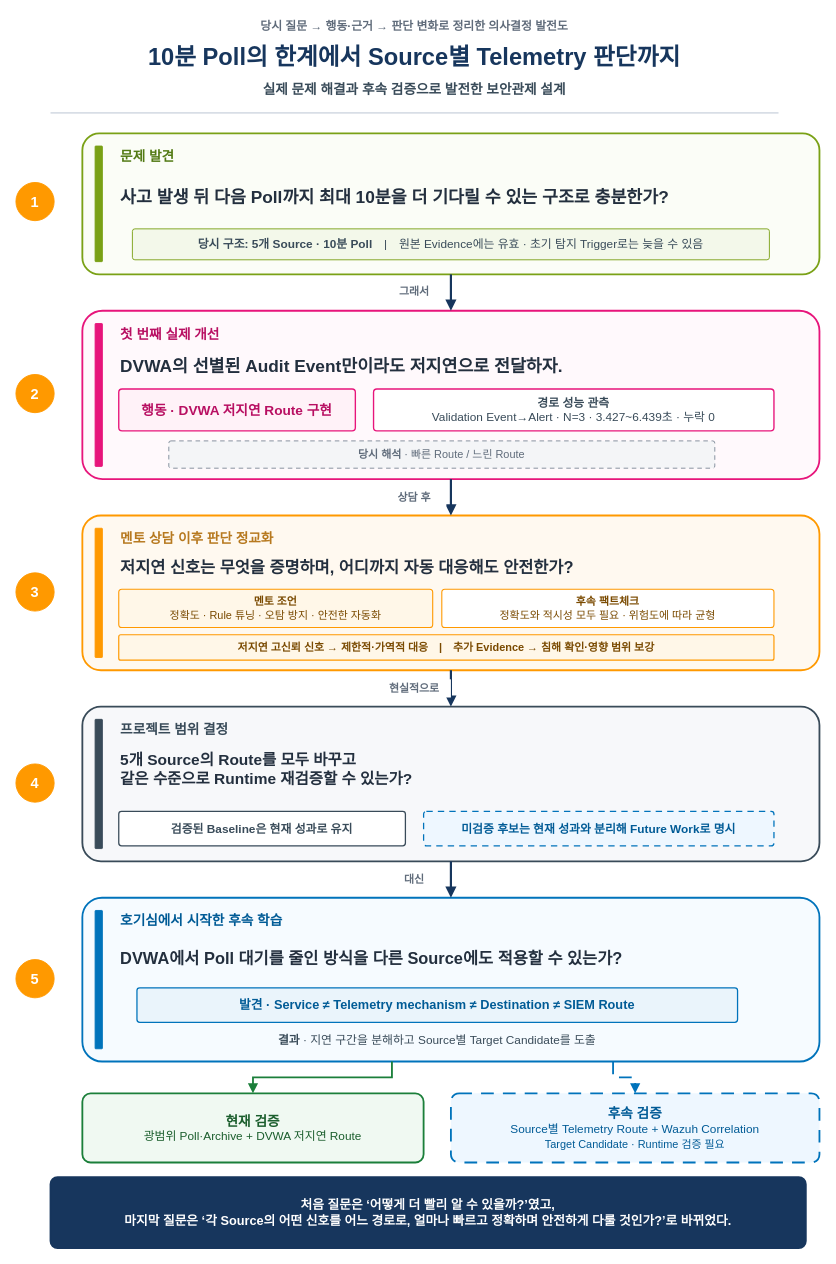
This is 20_팀 프로젝트/3차 프로젝트/보고서/7.0 10분을 줄이려다 관제를 다시 보게 되었다.drawio from Unoh03/Obsi3, a draw.io file, before an edit. Source tidied: cells renumbered, new cells numbered last; positions are measured from the earlier drawing's top-left corner, leaving out a move shared by most shapes. Both pictures are drawn from the tidied source at 91%, with x=0, y=0 at pixel (15, 15).
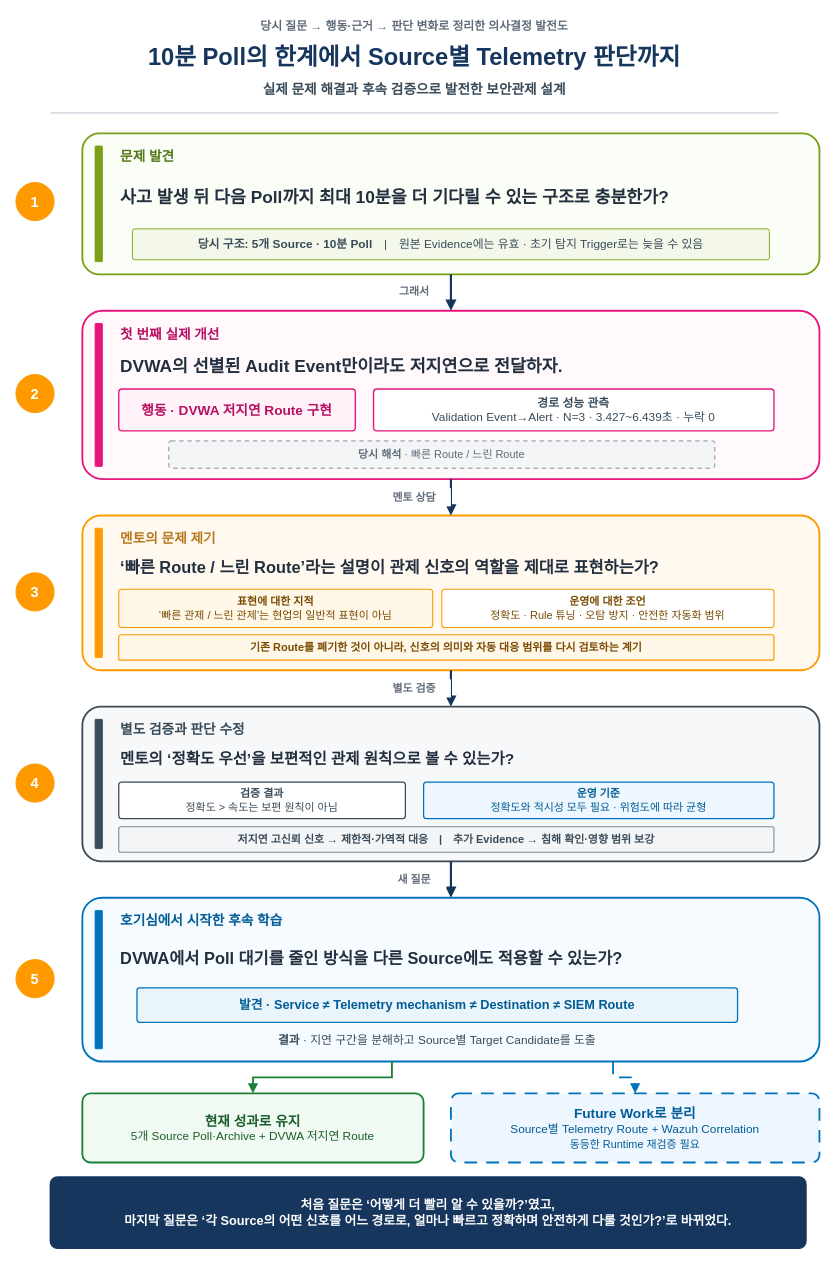
The same page after the edit.

Commit message:
Auto: 2026. 08. 26. 18:19:15 M 20_팀 프로젝트/3차 프로젝트/보고서/7.0 10분을 줄이려다 관제를 다시 보게 되었다.drawio

The edit, as a diff of the source:
```diff
@@
-    <mxCell id="23" value="멘토 상담 이후 판단 정교화" style="html=1;whiteSpace=wrap;strokeColor=none;fillColor=none;align=left;verticalAlign=middle;fontColor=#B7791F;fontSize=15;fontStyle=1;" parent="1" vertex="1">
+    <mxCell id="23" value="멘토의 문제 제기" style="html=1;whiteSpace=wrap;strokeColor=none;fillColor=none;align=left;verticalAlign=middle;fontColor=#B7791F;fontSize=15;fontStyle=1;" parent="1" vertex="1">
       <mxGeometry x="113" y="562" width="300" height="24" as="geometry" />
     </mxCell>
-    <mxCell id="24" value="저지연 신호는 무엇을 증명하며, 어디까지 자동 대응해도 안전한가?" style="html=1;whiteSpace=wrap;strokeColor=none;fillColor=none;align=left;verticalAlign=middle;fontColor=#232F3E;fontSize=18;fontStyle=1;" parent="1" vertex="1">
+    <mxCell id="24" value="‘빠른 Route / 느린 Route’라는 설명이 관제 신호의 역할을 제대로 표현하는가?" style="html=1;whiteSpace=wrap;strokeColor=none;fillColor=none;align=left;verticalAlign=middle;fontColor=#232F3E;fontSize=18;fontStyle=1;" parent="1" vertex="1">
       <mxGeometry x="113" y="588" width="720" height="38" as="geometry" />
     </mxCell>
-    <mxCell id="25" value="&lt;b&gt;멘토 조언&lt;/b&gt;&lt;br&gt;정확도 · Rule 튜닝 · 오탐 방지 · 안전한 자동화" style="rounded=1;arcSize=8;whiteSpace=wrap;html=1;fillColor=#FFF7E8;strokeColor=#FF9900;strokeWidth=1.2;fontColor=#7A4A00;fontSize=12;align=center;verticalAlign=middle;" parent="1" vertex="1">
+    <mxCell id="25" value="&lt;b&gt;표현에 대한 지적&lt;/b&gt;&lt;br&gt;‘빠른 관제 / 느린 관제’는 현업의 일반적 표현이 아님" style="rounded=1;arcSize=8;whiteSpace=wrap;html=1;fillColor=#FFF7E8;strokeColor=#FF9900;strokeWidth=1.2;fontColor=#7A4A00;fontSize=12;align=center;verticalAlign=middle;" parent="1" vertex="1">
       <mxGeometry x="113" y="630" width="345" height="42" as="geometry" />
     </mxCell>
-    <mxCell id="26" value="&lt;b&gt;후속 팩트체크&lt;/b&gt;&lt;br&gt;정확도와 적시성 모두 필요 · 위험도에 따라 균형" style="rounded=1;arcSize=8;whiteSpace=wrap;html=1;fillColor=#FFFFFF;strokeColor=#FF9900;strokeWidth=1.2;fontColor=#7A4A00;fontSize=12;align=center;verticalAlign=middle;" parent="1" vertex="1">
+    <mxCell id="26" value="&lt;b&gt;운영에 대한 조언&lt;/b&gt;&lt;br&gt;정확도 · Rule 튜닝 · 오탐 방지 · 안전한 자동화 범위" style="rounded=1;arcSize=8;whiteSpace=wrap;html=1;fillColor=#FFFFFF;strokeColor=#FF9900;strokeWidth=1.2;fontColor=#7A4A00;fontSize=12;align=center;verticalAlign=middle;" parent="1" vertex="1">
       <mxGeometry x="468" y="630" width="365" height="42" as="geometry" />
     </mxCell>
-    <mxCell id="27" value="저지연 고신뢰 신호 → 제한적·가역적 대응　|　추가 Evidence → 침해 확인·영향 범위 보강" style="rounded=1;arcSize=8;whiteSpace=wrap;html=1;fillColor=#FFF7E8;strokeColor=#FF9900;strokeWidth=1.3;fontColor=#7A4A00;fontSize=12;fontStyle=1;align=center;verticalAlign=middle;" parent="1" vertex="1">
+    <mxCell id="27" value="기존 Route를 폐기한 것이 아니라, 신호의 의미와 자동 대응 범위를 다시 검토하는 계기" style="rounded=1;arcSize=8;whiteSpace=wrap;html=1;fillColor=#FFF7E8;strokeColor=#FF9900;strokeWidth=1.3;fontColor=#7A4A00;fontSize=12;fontStyle=1;align=center;verticalAlign=middle;" parent="1" vertex="1">
       <mxGeometry x="113" y="680" width="720" height="28" as="geometry" />
     </mxCell>
@@
-    <mxCell id="31" value="프로젝트 범위 결정" style="html=1;whiteSpace=wrap;strokeColor=none;fillColor=none;align=left;verticalAlign=middle;fontColor=#394B59;fontSize=15;fontStyle=1;" parent="1" vertex="1">
+    <mxCell id="31" value="별도 검증과 판단 수정" style="html=1;whiteSpace=wrap;strokeColor=none;fillColor=none;align=left;verticalAlign=middle;fontColor=#394B59;fontSize=15;fontStyle=1;" parent="1" vertex="1">
       <mxGeometry x="113" y="772" width="180" height="24" as="geometry" />
     </mxCell>
-    <mxCell id="32" value="5개 Source의 Route를 모두 바꾸고&lt;br&gt;같은 수준으로 Runtime 재검증할 수 있는가?" style="html=1;whiteSpace=wrap;strokeColor=none;fillColor=none;align=left;verticalAlign=middle;fontColor=#232F3E;fontSize=17;fontStyle=1;spacing=2;" parent="1" vertex="1">
-      <mxGeometry x="113" y="799" width="720" height="60" as="geometry" />
+    <mxCell id="32" value="멘토의 ‘정확도 우선’을 보편적인 관제 원칙으로 볼 수 있는가?" style="html=1;whiteSpace=wrap;strokeColor=none;fillColor=none;align=left;verticalAlign=middle;fontColor=#232F3E;fontSize=17;fontStyle=1;spacing=2;" parent="1" vertex="1">
+      <mxGeometry x="113" y="799" width="720" height="38" as="geometry" />
     </mxCell>
-    <mxCell id="33" value="검증된 Baseline은 현재 성과로 유지" style="rounded=1;arcSize=8;whiteSpace=wrap;html=1;fillColor=#FFFFFF;strokeColor=#394B59;strokeWidth=1.4;fontColor=#394B59;fontSize=13;fontStyle=1;align=center;verticalAlign=middle;" parent="1" vertex="1">
-      <mxGeometry x="113" y="874" width="315" height="38" as="geometry" />
+    <mxCell id="33" value="&lt;b&gt;검증 결과&lt;/b&gt;&lt;br&gt;정확도 &gt; 속도는 보편 원칙이 아님" style="rounded=1;arcSize=8;whiteSpace=wrap;html=1;fillColor=#FFFFFF;strokeColor=#394B59;strokeWidth=1.4;fontColor=#394B59;fontSize=12;align=center;verticalAlign=middle;" parent="1" vertex="1">
+      <mxGeometry x="113" y="842" width="315" height="40" as="geometry" />
     </mxCell>
-    <mxCell id="34" value="미검증 후보는 현재 성과와 분리해 Future Work로 명시" style="rounded=1;arcSize=8;whiteSpace=wrap;html=1;fillColor=#EEF7FF;strokeColor=#0073BB;strokeWidth=1.4;dashed=1;dashPattern=5 4;fontColor=#005B96;fontSize=13;fontStyle=1;align=center;verticalAlign=middle;" parent="1" vertex="1">
-      <mxGeometry x="448" y="874" width="385" height="38" as="geometry" />
+    <mxCell id="34" value="&lt;b&gt;운영 기준&lt;/b&gt;&lt;br&gt;정확도와 적시성 모두 필요 · 위험도에 따라 균형" style="rounded=1;arcSize=8;whiteSpace=wrap;html=1;fillColor=#EEF7FF;strokeColor=#0073BB;strokeWidth=1.4;fontColor=#005B96;fontSize=12;align=center;verticalAlign=middle;" parent="1" vertex="1">
+      <mxGeometry x="448" y="842" width="385" height="40" as="geometry" />
     </mxCell>
+    <mxCell id="55" value="저지연 고신뢰 신호 → 제한적·가역적 대응　|　추가 Evidence → 침해 확인·영향 범위 보강" style="rounded=1;arcSize=8;whiteSpace=wrap;html=1;fillColor=#F4F5F7;strokeColor=#7D8998;strokeWidth=1.2;fontColor=#394B59;fontSize=12;fontStyle=1;align=center;verticalAlign=middle;" parent="1" vertex="1">
+      <mxGeometry x="113" y="891" width="720" height="28" as="geometry" />
+    </mxCell>
@@
-    <mxCell id="42" value="&lt;font style=&quot;font-size:15px;&quot;&gt;&lt;b&gt;현재 검증&lt;/b&gt;&lt;/font&gt;&lt;br&gt;광범위 Poll·Archive + DVWA 저지연 Route" style="rounded=1;arcSize=12;whiteSpace=wrap;html=1;fillColor=#F0F9F2;strokeColor=#1B7F3A;strokeWidth=2;fontColor=#1B5E2D;fontSize=13;align=center;verticalAlign=middle;spacing=5;" parent="1" vertex="1">
+    <mxCell id="42" value="&lt;font style=&quot;font-size:15px;&quot;&gt;&lt;b&gt;현재 성과로 유지&lt;/b&gt;&lt;/font&gt;&lt;br&gt;5개 Source Poll·Archive + DVWA 저지연 Route" style="rounded=1;arcSize=12;whiteSpace=wrap;html=1;fillColor=#F0F9F2;strokeColor=#1B7F3A;strokeWidth=2;fontColor=#1B5E2D;fontSize=13;align=center;verticalAlign=middle;spacing=5;" parent="1" vertex="1">
       <mxGeometry x="73" y="1184" width="375" height="76" as="geometry" />
     </mxCell>
-    <mxCell id="43" value="&lt;font style=&quot;font-size:15px;&quot;&gt;&lt;b&gt;후속 검증&lt;/b&gt;&lt;/font&gt;&lt;br&gt;Source별 Telemetry Route + Wazuh Correlation&lt;br&gt;&lt;font style=&quot;font-size:12px;&quot;&gt;Target Candidate · Runtime 검증 필요&lt;/font&gt;" style="rounded=1;arcSize=12;whiteSpace=wrap;html=1;fillColor=#EEF7FF;strokeColor=#0073BB;strokeWidth=2;dashed=1;dashPattern=7 5;fontColor=#005B96;fontSize=13;align=center;verticalAlign=middle;spacing=5;" parent="1" vertex="1">
+    <mxCell id="43" value="&lt;font style=&quot;font-size:15px;&quot;&gt;&lt;b&gt;Future Work로 분리&lt;/b&gt;&lt;/font&gt;&lt;br&gt;Source별 Telemetry Route + Wazuh Correlation&lt;br&gt;&lt;font style=&quot;font-size:12px;&quot;&gt;동등한 Runtime 재검증 필요&lt;/font&gt;" style="rounded=1;arcSize=12;whiteSpace=wrap;html=1;fillColor=#EEF7FF;strokeColor=#0073BB;strokeWidth=2;dashed=1;dashPattern=7 5;fontColor=#005B96;fontSize=13;align=center;verticalAlign=middle;spacing=5;" parent="1" vertex="1">
       <mxGeometry x="478" y="1184" width="405" height="76" as="geometry" />
     </mxCell>
@@
-    <mxCell id="48" value="상담 후" style="html=1;whiteSpace=wrap;strokeColor=none;fillColor=#FFFFFF;align=center;verticalAlign=middle;fontColor=#5F6B7A;fontSize=12;fontStyle=1;" parent="1" vertex="1">
-      <mxGeometry x="403" y="519" width="70" height="20" as="geometry" />
+    <mxCell id="48" value="멘토 상담" style="html=1;whiteSpace=wrap;strokeColor=none;fillColor=#FFFFFF;align=center;verticalAlign=middle;fontColor=#5F6B7A;fontSize=12;fontStyle=1;" parent="1" vertex="1">
+      <mxGeometry x="398" y="519" width="80" height="20" as="geometry" />
     </mxCell>
@@
-    <mxCell id="50" value="현실적으로" style="html=1;whiteSpace=wrap;strokeColor=none;fillColor=#FFFFFF;align=center;verticalAlign=middle;fontColor=#5F6B7A;fontSize=12;fontStyle=1;" parent="1" vertex="1">
+    <mxCell id="50" value="별도 검증" style="html=1;whiteSpace=wrap;strokeColor=none;fillColor=#FFFFFF;align=center;verticalAlign=middle;fontColor=#5F6B7A;fontSize=12;fontStyle=1;" parent="1" vertex="1">
       <mxGeometry x="398" y="729" width="80" height="20" as="geometry" />
     </mxCell>
@@
-    <mxCell id="52" value="대신" style="html=1;whiteSpace=wrap;strokeColor=none;fillColor=#FFFFFF;align=center;verticalAlign=middle;fontColor=#5F6B7A;fontSize=12;fontStyle=1;" parent="1" vertex="1">
-      <mxGeometry x="408" y="939" width="60" height="20" as="geometry" />
+    <mxCell id="52" value="새 질문" style="html=1;whiteSpace=wrap;strokeColor=none;fillColor=#FFFFFF;align=center;verticalAlign=middle;fontColor=#5F6B7A;fontSize=12;fontStyle=1;" parent="1" vertex="1">
+      <mxGeometry x="403" y="939" width="70" height="20" as="geometry" />
     </mxCell>
```
